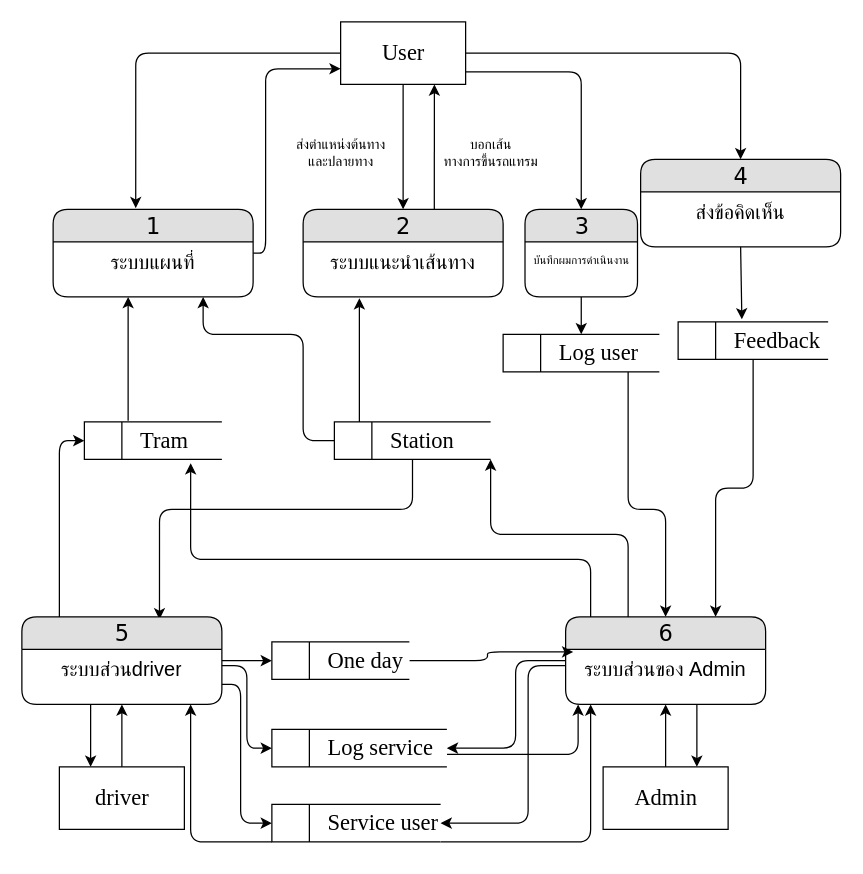
The draw.io diagram page "0" (2 of 7) of data_flow.drawio in Domineice/Tram_tracking_draft, before the edit. Source tidied: cells renumbered, new cells numbered last; positions are measured from the earlier drawing's top-left corner, leaving out a move shared by most shapes. Both pictures are drawn from the tidied source at 125%, with x=0, y=0 at pixel (21, 21).
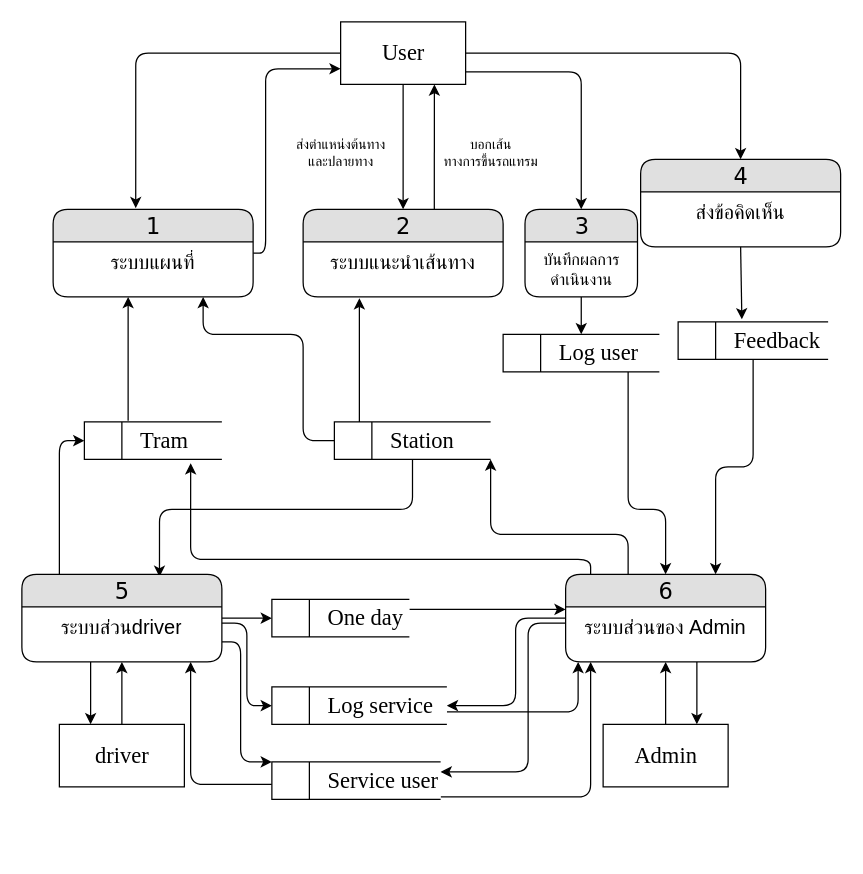
The same page after the edit.

The change refers to these unchanged cells:
```xml
<mxCell id="33" value="&lt;font style=&quot;font-size: 18px&quot;&gt;3&lt;br&gt;&lt;/font&gt;" style="swimlane;html=1;fontStyle=0;horizontal=1;startSize=26;fillColor=#e0e0e0;swimlaneFillColor=#ffffff;align=center;rounded=1;shadow=0;comic=0;labelBackgroundColor=none;strokeWidth=1;fontFamily=Verdana;fontSize=12;" parent="1" vertex="1">
  <mxGeometry x="402.5" y="150" width="90" height="70" as="geometry" />
</mxCell>
<mxCell id="46" value="&lt;span style=&quot;font-size: 16px&quot;&gt;ระบบส่วนของ Admin&lt;/span&gt;" style="text;html=1;strokeColor=none;fillColor=none;spacingLeft=4;spacingRight=4;whiteSpace=wrap;overflow=hidden;points=[[0,0.5],[1,0.5]];portConstraint=eastwest;align=center;" parent="45" vertex="1">
  <mxGeometry y="26" width="160" height="26" as="geometry" />
</mxCell>
```

Change to the diagram source:
```diff
@@
     <mxCell id="20" value="Admin" style="html=1;dashed=0;whitespace=wrap;fontFamily=Times New Roman;fontSize=18;align=center;" parent="1" vertex="1">
-      <mxGeometry x="465" y="596" width="100" height="50" as="geometry" />
+      <mxGeometry x="465" y="562" width="100" height="50" as="geometry" />
     </mxCell>
@@
     <mxCell id="29" value="driver" style="html=1;dashed=0;whitespace=wrap;fontFamily=Times New Roman;fontSize=18;align=center;" parent="1" vertex="1">
-      <mxGeometry x="30" y="596" width="100" height="50" as="geometry" />
+      <mxGeometry x="30" y="562" width="100" height="50" as="geometry" />
     </mxCell>
@@
-    <mxCell id="34" value="&lt;font style=&quot;font-size: 9px&quot;&gt;บันทึกผมการดำเนินงาน&lt;/font&gt;" style="text;html=1;strokeColor=none;fillColor=none;spacingLeft=4;spacingRight=4;whiteSpace=wrap;overflow=hidden;align=center;" parent="33" vertex="1">
+    <mxCell id="34" value="&lt;font style=&quot;font-size: 13px&quot;&gt;บันทึกผลการดำเนินงาน&lt;/font&gt;" style="text;html=1;strokeColor=none;fillColor=none;spacingLeft=4;spacingRight=4;whiteSpace=wrap;overflow=hidden;align=center;" parent="33" vertex="1">
       <mxGeometry y="26" width="90" height="34" as="geometry" />
     </mxCell>
@@
-    <mxCell id="37" style="edgeStyle=orthogonalEdgeStyle;rounded=1;jettySize=auto;html=1;entryX=0;entryY=0.5;entryDx=0;entryDy=0;fontSize=9;" parent="1" edge="1" source="39" target="53">
+    <mxCell id="37" style="edgeStyle=orthogonalEdgeStyle;rounded=1;jettySize=auto;html=1;entryX=0;entryY=0;entryDx=0;entryDy=0;fontSize=9;" parent="1" edge="1" source="39" target="53">
       <mxGeometry relative="1" as="geometry">
         <Array as="points">
-          <mxPoint x="175" y="530" />
-          <mxPoint x="175" y="641" />
+          <mxPoint x="175" y="496" />
+          <mxPoint x="175" y="592" />
         </Array>
       </mxGeometry>
     </mxCell>
     <mxCell id="38" style="edgeStyle=orthogonalEdgeStyle;rounded=1;jettySize=auto;html=1;entryX=0.25;entryY=0;entryDx=0;entryDy=0;fontSize=9;" parent="1" edge="1" source="39" target="29">
       <mxGeometry relative="1" as="geometry">
         <Array as="points">
-          <mxPoint x="55" y="560" />
-          <mxPoint x="55" y="560" />
+          <mxPoint x="55" y="526" />
+          <mxPoint x="55" y="526" />
         </Array>
       </mxGeometry>
     </mxCell>
     <mxCell id="39" value="&lt;font style=&quot;font-size: 18px&quot;&gt;5&lt;br&gt;&lt;/font&gt;" style="swimlane;html=1;fontStyle=0;horizontal=1;startSize=26;fillColor=#e0e0e0;swimlaneFillColor=#ffffff;align=center;rounded=1;shadow=0;comic=0;labelBackgroundColor=none;strokeWidth=1;fontFamily=Verdana;fontSize=12;" parent="1" vertex="1">
-      <mxGeometry y="476" width="160" height="70" as="geometry" />
+      <mxGeometry y="442" width="160" height="70" as="geometry" />
     </mxCell>
@@
     <mxCell id="41" style="edgeStyle=orthogonalEdgeStyle;rounded=1;jettySize=auto;html=1;entryX=1;entryY=0.5;entryDx=0;entryDy=0;fontSize=9;" parent="1" edge="1" source="45" target="50">
       <mxGeometry relative="1" as="geometry">
         <Array as="points">
-          <mxPoint x="395" y="511" />
-          <mxPoint x="395" y="581" />
+          <mxPoint x="395" y="477" />
+          <mxPoint x="395" y="547" />
         </Array>
       </mxGeometry>
     </mxCell>
@@
     <mxCell id="44" style="edgeStyle=orthogonalEdgeStyle;rounded=1;jettySize=auto;html=1;entryX=0.75;entryY=0;entryDx=0;entryDy=0;fontSize=9;" parent="1" edge="1" source="45" target="20">
       <mxGeometry relative="1" as="geometry">
         <Array as="points">
-          <mxPoint x="540" y="566" />
-          <mxPoint x="540" y="566" />
+          <mxPoint x="540" y="532" />
+          <mxPoint x="540" y="532" />
         </Array>
       </mxGeometry>
     </mxCell>
     <mxCell id="45" value="&lt;font style=&quot;font-size: 18px&quot;&gt;6&lt;br&gt;&lt;/font&gt;" style="swimlane;html=1;fontStyle=0;horizontal=1;startSize=26;fillColor=#e0e0e0;swimlaneFillColor=#ffffff;align=center;rounded=1;shadow=0;comic=0;labelBackgroundColor=none;strokeWidth=1;fontFamily=Verdana;fontSize=12;" parent="1" vertex="1">
-      <mxGeometry x="435" y="476" width="160" height="70" as="geometry" />
+      <mxGeometry x="435" y="442" width="160" height="70" as="geometry" />
     </mxCell>
@@
-    <mxCell id="47" style="edgeStyle=orthogonalEdgeStyle;rounded=1;jettySize=auto;html=1;entryX=0.038;entryY=0.077;entryDx=0;entryDy=0;entryPerimeter=0;fontSize=9;" parent="1" edge="1" source="48" target="46">
-      <mxGeometry relative="1" as="geometry" />
+    <mxCell id="47" style="edgeStyle=orthogonalEdgeStyle;rounded=1;jettySize=auto;html=1;fontSize=9;" parent="1" edge="1" source="48">
+      <mxGeometry relative="1" as="geometry">
+        <mxPoint x="435" y="470" as="targetPoint" />
+        <Array as="points">
+          <mxPoint x="345" y="470" />
+          <mxPoint x="345" y="470" />
+        </Array>
+      </mxGeometry>
     </mxCell>
     <mxCell id="48" value="&lt;blockquote style=&quot;margin: 0 0 0 40px ; border: none ; padding: 0px&quot;&gt;One day&lt;/blockquote&gt;" style="html=1;dashed=0;whitespace=wrap;shape=mxgraph.dfd.dataStoreID;align=left;spacingLeft=3;points=[[0,0],[0.5,0],[1,0],[0,0.5],[1,0.5],[0,1],[0.5,1],[1,1]];fontFamily=Times New Roman;fontSize=18;" parent="1" vertex="1">
-      <mxGeometry x="200" y="496" width="110" height="30" as="geometry" />
+      <mxGeometry x="200" y="462" width="110" height="30" as="geometry" />
     </mxCell>
     <mxCell id="49" style="edgeStyle=orthogonalEdgeStyle;rounded=1;jettySize=auto;html=1;fontSize=9;" parent="1" edge="1" source="50">
       <mxGeometry relative="1" as="geometry">
-        <mxPoint x="445" y="546" as="targetPoint" />
+        <mxPoint x="445" y="512" as="targetPoint" />
         <Array as="points">
-          <mxPoint x="445" y="586" />
+          <mxPoint x="445" y="552" />
         </Array>
       </mxGeometry>
     </mxCell>
     <mxCell id="50" value="&lt;blockquote style=&quot;margin: 0 0 0 40px ; border: none ; padding: 0px&quot;&gt;Log service&lt;/blockquote&gt;" style="html=1;dashed=0;whitespace=wrap;shape=mxgraph.dfd.dataStoreID;align=left;spacingLeft=3;points=[[0,0],[0.5,0],[1,0],[0,0.5],[1,0.5],[0,1],[0.5,1],[1,1]];fontFamily=Times New Roman;fontSize=18;" parent="1" vertex="1">
-      <mxGeometry x="200" y="566" width="140" height="30" as="geometry" />
+      <mxGeometry x="200" y="532" width="140" height="30" as="geometry" />
     </mxCell>
     <mxCell id="51" style="edgeStyle=orthogonalEdgeStyle;rounded=1;jettySize=auto;html=1;fontSize=9;" parent="1" edge="1" source="53">
       <mxGeometry relative="1" as="geometry">
-        <mxPoint x="135" y="546" as="targetPoint" />
+        <mxPoint x="135" y="512" as="targetPoint" />
         <Array as="points">
-          <mxPoint x="135" y="656" />
+          <mxPoint x="135" y="610" />
         </Array>
       </mxGeometry>
     </mxCell>
     <mxCell id="52" style="edgeStyle=orthogonalEdgeStyle;rounded=1;jettySize=auto;html=1;fontSize=9;" parent="1" edge="1" source="53">
       <mxGeometry relative="1" as="geometry">
-        <mxPoint x="455" y="546" as="targetPoint" />
+        <mxPoint x="455" y="512" as="targetPoint" />
         <Array as="points">
-          <mxPoint x="455" y="656" />
+          <mxPoint x="455" y="620" />
         </Array>
       </mxGeometry>
     </mxCell>
     <mxCell id="53" value="&lt;blockquote style=&quot;margin: 0 0 0 40px ; border: none ; padding: 0px&quot;&gt;Service user&lt;/blockquote&gt;" style="html=1;dashed=0;whitespace=wrap;shape=mxgraph.dfd.dataStoreID;align=left;spacingLeft=3;points=[[0,0],[0.5,0],[1,0],[0,0.5],[1,0.5],[0,1],[0.5,1],[1,1]];fontFamily=Times New Roman;fontSize=18;" parent="1" vertex="1">
-      <mxGeometry x="200" y="626" width="135" height="30" as="geometry" />
+      <mxGeometry x="200" y="592" width="135" height="30" as="geometry" />
     </mxCell>
@@
-    <mxCell id="55" style="edgeStyle=orthogonalEdgeStyle;rounded=1;jettySize=auto;html=1;entryX=1;entryY=0.5;entryDx=0;entryDy=0;fontSize=9;" parent="1" edge="1" source="46" target="53">
+    <mxCell id="55" style="edgeStyle=orthogonalEdgeStyle;rounded=1;jettySize=auto;html=1;fontSize=9;" parent="1" edge="1" source="46">
       <mxGeometry relative="1" as="geometry">
+        <mxPoint x="335" y="600" as="targetPoint" />
         <Array as="points">
-          <mxPoint x="405" y="515" />
-          <mxPoint x="405" y="641" />
+          <mxPoint x="405" y="481" />
+          <mxPoint x="405" y="600" />
+          <mxPoint x="335" y="600" />
         </Array>
       </mxGeometry>
     </mxCell>
```
